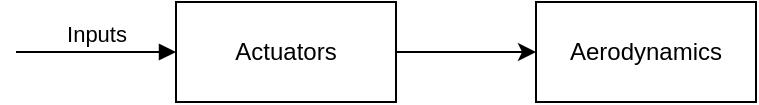
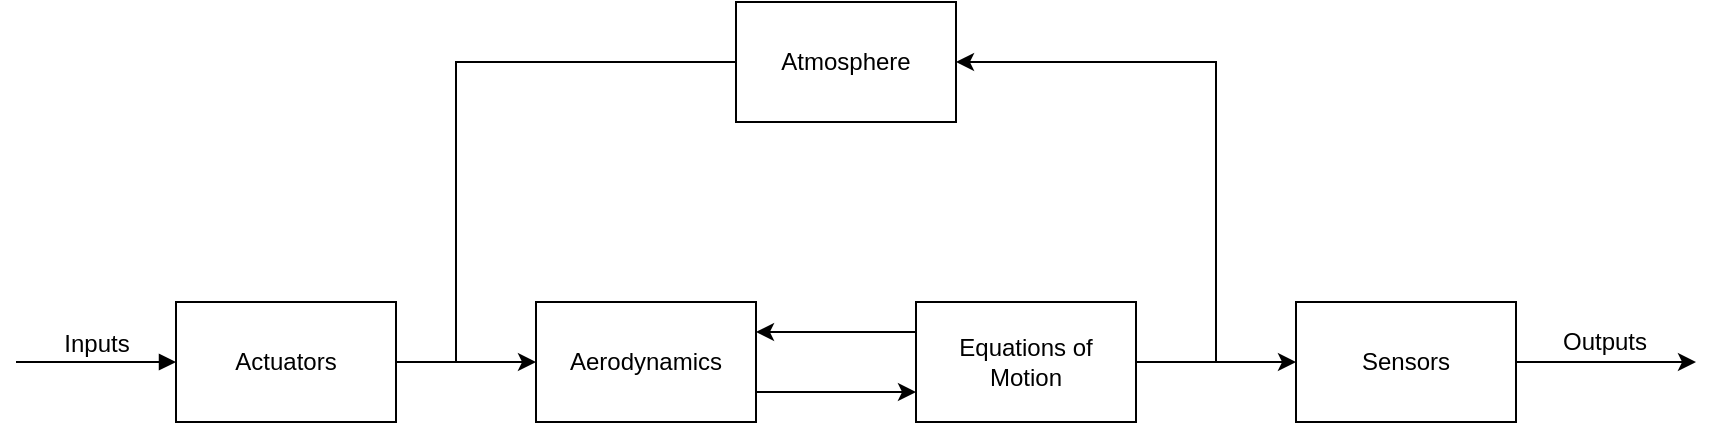
<mxfile host="Electron" agent="Mozilla/5.0 (Windows NT 10.0; Win64; x64) AppleWebKit/537.36 (KHTML, like Gecko) draw.io/28.2.5 Chrome/138.0.7204.251 Electron/37.6.1 Safari/537.36" version="28.2.5" pages="4">
  <diagram id="7H-8vGnBYG0BBkrIfs-x" name="fighter-aircraft-simulation-model-architecture">
    <mxGraphModel dx="1111" dy="537" grid="1" gridSize="10" guides="1" tooltips="1" connect="1" arrows="1" fold="1" page="1" pageScale="1" pageWidth="827" pageHeight="1169" math="0" shadow="0">
      <root>
        <mxCell id="0" />
        <mxCell id="1" parent="0" />
-         <mxCell id="rLQEEqtqovvPT1zHlMmj-3" style="edgeStyle=orthogonalEdgeStyle;rounded=0;orthogonalLoop=1;jettySize=auto;html=1;entryX=0;entryY=0.5;entryDx=0;entryDy=0;" edge="1" parent="1" source="rLQEEqtqovvPT1zHlMmj-1" target="rLQEEqtqovvPT1zHlMmj-2">
+         <mxCell id="rLQEEqtqovvPT1zHlMmj-3" style="edgeStyle=orthogonalEdgeStyle;rounded=0;orthogonalLoop=1;jettySize=auto;html=1;entryX=0;entryY=0.5;entryDx=0;entryDy=0;" parent="1" source="rLQEEqtqovvPT1zHlMmj-1" target="rLQEEqtqovvPT1zHlMmj-2" edge="1">
          <mxGeometry relative="1" as="geometry" />
        </mxCell>
-         <mxCell id="rLQEEqtqovvPT1zHlMmj-1" value="Actuators" style="html=1;whiteSpace=wrap;" vertex="1" parent="1">
-           <mxGeometry x="360" y="260" width="110" height="50" as="geometry" />
+         <mxCell id="rLQEEqtqovvPT1zHlMmj-1" value="Actuators" style="html=1;whiteSpace=wrap;" parent="1" vertex="1">
+           <mxGeometry x="360" y="260" width="110" height="60" as="geometry" />
        </mxCell>
-         <mxCell id="rLQEEqtqovvPT1zHlMmj-2" value="Aerodynamics" style="html=1;whiteSpace=wrap;" vertex="1" parent="1">
-           <mxGeometry x="540" y="260" width="110" height="50" as="geometry" />
+         <mxCell id="M7Iy3OZzIa45O-sDO-gB-3" style="edgeStyle=orthogonalEdgeStyle;rounded=0;orthogonalLoop=1;jettySize=auto;html=1;exitX=1;exitY=0.75;exitDx=0;exitDy=0;entryX=0;entryY=0.75;entryDx=0;entryDy=0;" edge="1" parent="1" source="rLQEEqtqovvPT1zHlMmj-2" target="VlyrvBptNTm1Y6I9lNOL-1">
+           <mxGeometry relative="1" as="geometry" />
        </mxCell>
-         <mxCell id="rLQEEqtqovvPT1zHlMmj-4" value="Inputs" style="html=1;verticalAlign=bottom;endArrow=block;curved=0;rounded=0;entryX=0;entryY=0.5;entryDx=0;entryDy=0;" edge="1" parent="1" target="rLQEEqtqovvPT1zHlMmj-1">
+         <mxCell id="rLQEEqtqovvPT1zHlMmj-2" value="Aerodynamics" style="html=1;whiteSpace=wrap;" parent="1" vertex="1">
+           <mxGeometry x="540" y="260" width="110" height="60" as="geometry" />
+         </mxCell>
+         <mxCell id="rLQEEqtqovvPT1zHlMmj-4" value="&lt;font style=&quot;font-size: 12px;&quot;&gt;Inputs&lt;/font&gt;" style="html=1;verticalAlign=bottom;endArrow=block;curved=0;rounded=0;entryX=0;entryY=0.5;entryDx=0;entryDy=0;" parent="1" target="rLQEEqtqovvPT1zHlMmj-1" edge="1">
          <mxGeometry width="80" relative="1" as="geometry">
-             <mxPoint x="280" y="285" as="sourcePoint" />
+             <mxPoint x="280" y="290" as="sourcePoint" />
            <mxPoint x="380" y="240" as="targetPoint" />
+           </mxGeometry>
+         </mxCell>
+         <mxCell id="M7Iy3OZzIa45O-sDO-gB-2" style="edgeStyle=orthogonalEdgeStyle;rounded=0;orthogonalLoop=1;jettySize=auto;html=1;exitX=1;exitY=0.5;exitDx=0;exitDy=0;entryX=0;entryY=0.5;entryDx=0;entryDy=0;" edge="1" parent="1" source="VlyrvBptNTm1Y6I9lNOL-1" target="M7Iy3OZzIa45O-sDO-gB-1">
+           <mxGeometry relative="1" as="geometry" />
+         </mxCell>
+         <mxCell id="M7Iy3OZzIa45O-sDO-gB-4" style="edgeStyle=orthogonalEdgeStyle;rounded=0;orthogonalLoop=1;jettySize=auto;html=1;exitX=0;exitY=0.25;exitDx=0;exitDy=0;entryX=1;entryY=0.25;entryDx=0;entryDy=0;" edge="1" parent="1" source="VlyrvBptNTm1Y6I9lNOL-1" target="rLQEEqtqovvPT1zHlMmj-2">
+           <mxGeometry relative="1" as="geometry" />
+         </mxCell>
+         <mxCell id="VlyrvBptNTm1Y6I9lNOL-1" value="Equations of &lt;br&gt;Motion" style="html=1;whiteSpace=wrap;" parent="1" vertex="1">
+           <mxGeometry x="730" y="260" width="110" height="60" as="geometry" />
+         </mxCell>
+         <mxCell id="M7Iy3OZzIa45O-sDO-gB-1" value="Sensors" style="html=1;whiteSpace=wrap;" vertex="1" parent="1">
+           <mxGeometry x="920" y="260" width="110" height="60" as="geometry" />
+         </mxCell>
+         <mxCell id="M7Iy3OZzIa45O-sDO-gB-5" value="Atmosphere" style="html=1;whiteSpace=wrap;" vertex="1" parent="1">
+           <mxGeometry x="640" y="110" width="110" height="60" as="geometry" />
+         </mxCell>
+         <mxCell id="M7Iy3OZzIa45O-sDO-gB-6" value="" style="endArrow=classic;html=1;rounded=0;entryX=1;entryY=0.5;entryDx=0;entryDy=0;" edge="1" parent="1" target="M7Iy3OZzIa45O-sDO-gB-5">
+           <mxGeometry width="50" height="50" relative="1" as="geometry">
+             <mxPoint x="880" y="290" as="sourcePoint" />
+             <mxPoint x="840" y="260" as="targetPoint" />
+             <Array as="points">
+               <mxPoint x="880" y="140" />
+             </Array>
+           </mxGeometry>
+         </mxCell>
+         <mxCell id="M7Iy3OZzIa45O-sDO-gB-7" value="" style="endArrow=none;html=1;rounded=0;entryX=0;entryY=0.5;entryDx=0;entryDy=0;entryPerimeter=0;" edge="1" parent="1" target="M7Iy3OZzIa45O-sDO-gB-5">
+           <mxGeometry width="50" height="50" relative="1" as="geometry">
+             <mxPoint x="500" y="290" as="sourcePoint" />
+             <mxPoint x="840" y="260" as="targetPoint" />
+             <Array as="points">
+               <mxPoint x="500" y="140" />
+             </Array>
+           </mxGeometry>
+         </mxCell>
+         <mxCell id="M7Iy3OZzIa45O-sDO-gB-8" value="" style="endArrow=classic;html=1;rounded=0;exitX=1;exitY=0.5;exitDx=0;exitDy=0;" edge="1" parent="1" source="M7Iy3OZzIa45O-sDO-gB-1">
+           <mxGeometry width="50" height="50" relative="1" as="geometry">
+             <mxPoint x="790" y="310" as="sourcePoint" />
+             <mxPoint x="1120" y="290" as="targetPoint" />
+           </mxGeometry>
+         </mxCell>
+         <mxCell id="M7Iy3OZzIa45O-sDO-gB-9" value="&lt;font style=&quot;font-size: 12px;&quot;&gt;Outputs&lt;/font&gt;" style="edgeLabel;html=1;align=center;verticalAlign=middle;resizable=0;points=[];" vertex="1" connectable="0" parent="M7Iy3OZzIa45O-sDO-gB-8">
+           <mxGeometry x="-0.0222" y="6" relative="1" as="geometry">
+             <mxPoint y="-4" as="offset" />
          </mxGeometry>
        </mxCell>
      </root>
    </mxGraphModel>
  </diagram>
  <diagram name="aircraft-dynamics-model-platform" id="SZZjq2lJHz1yIEgULjku">
    <mxGraphModel dx="1938" dy="537" grid="1" gridSize="10" guides="1" tooltips="1" connect="1" arrows="1" fold="1" page="1" pageScale="1" pageWidth="827" pageHeight="1169" math="0" shadow="0">
      <root>
        <mxCell id="0" />
        <mxCell id="1" parent="0" />
        <mxCell id="k-MNkoVQHrpEZyoiYTTv-2" value="Powertrain" style="verticalAlign=top;align=left;spacingTop=8;spacingLeft=2;spacingRight=12;shape=cube;size=10;direction=south;fontStyle=4;html=1;whiteSpace=wrap;" vertex="1" parent="1">
          <mxGeometry x="320" y="90" width="320" height="230" as="geometry" />
        </mxCell>
        <mxCell id="k-MNkoVQHrpEZyoiYTTv-3" value="Flight Control System" style="verticalAlign=top;align=left;spacingTop=8;spacingLeft=2;spacingRight=12;shape=cube;size=10;direction=south;fontStyle=4;html=1;whiteSpace=wrap;" vertex="1" parent="1">
          <mxGeometry x="320" y="400" width="320" height="240" as="geometry" />
        </mxCell>
        <mxCell id="k-MNkoVQHrpEZyoiYTTv-4" value="Aircraft Dynamic Model" style="verticalAlign=top;align=left;spacingTop=8;spacingLeft=2;spacingRight=12;shape=cube;size=10;direction=south;fontStyle=4;html=1;whiteSpace=wrap;" vertex="1" parent="1">
          <mxGeometry x="722" y="91" width="400" height="550" as="geometry" />
        </mxCell>
        <mxCell id="k-MNkoVQHrpEZyoiYTTv-7" value="Dynamic engine model" style="shape=module;align=left;spacingLeft=20;align=center;verticalAlign=top;whiteSpace=wrap;html=1;" vertex="1" parent="1">
          <mxGeometry x="360" y="180" width="100" height="50" as="geometry" />
        </mxCell>
        <mxCell id="k-MNkoVQHrpEZyoiYTTv-8" value="States" style="shape=umlState;rounded=1;verticalAlign=middle;spacingTop=0;absoluteArcSize=1;arcSize=10;umlStateConnection=connPointRefExit;boundedLbl=1;whiteSpace=wrap;html=1;" vertex="1" parent="1">
          <mxGeometry x="1199" y="346" width="120" height="50" as="geometry" />
        </mxCell>
        <mxCell id="k-MNkoVQHrpEZyoiYTTv-9" value="Exit" style="text;verticalAlign=middle;align=center;whiteSpace=wrap;html=1;" vertex="1" parent="k-MNkoVQHrpEZyoiYTTv-8">
          <mxGeometry x="-34.285714285714285" y="40" width="42.857142857142854" height="20" as="geometry" />
        </mxCell>
        <mxCell id="k-MNkoVQHrpEZyoiYTTv-15" style="edgeStyle=orthogonalEdgeStyle;rounded=0;orthogonalLoop=1;jettySize=auto;html=1;entryX=0;entryY=0.5;entryDx=0;entryDy=0;" edge="1" parent="1" source="k-MNkoVQHrpEZyoiYTTv-11" target="k-MNkoVQHrpEZyoiYTTv-13">
          <mxGeometry relative="1" as="geometry" />
        </mxCell>
        <mxCell id="k-MNkoVQHrpEZyoiYTTv-11" value="Inceptors" style="shape=umlState;rounded=1;verticalAlign=middle;align=center;absoluteArcSize=1;arcSize=10;umlStateConnection=connPointRefEntry;boundedLbl=1;whiteSpace=wrap;html=1;" vertex="1" parent="1">
          <mxGeometry x="-80" y="340" width="120" height="50" as="geometry" />
        </mxCell>
        <mxCell id="k-MNkoVQHrpEZyoiYTTv-12" value="Entry" style="text;verticalAlign=middle;align=center;whiteSpace=wrap;html=1;" vertex="1" parent="k-MNkoVQHrpEZyoiYTTv-11">
          <mxGeometry x="-34.285714285714285" y="40" width="42.857142857142854" height="20" as="geometry" />
        </mxCell>
        <mxCell id="k-MNkoVQHrpEZyoiYTTv-13" value="Data preprocessing" style="html=1;align=center;verticalAlign=top;rounded=1;absoluteArcSize=1;arcSize=10;dashed=0;whiteSpace=wrap;" vertex="1" parent="1">
          <mxGeometry x="120" y="345" width="120" height="40" as="geometry" />
        </mxCell>
        <mxCell id="k-MNkoVQHrpEZyoiYTTv-16" value="Fuel system" style="shape=module;align=left;spacingLeft=20;align=center;verticalAlign=top;whiteSpace=wrap;html=1;" vertex="1" parent="1">
          <mxGeometry x="500" y="180" width="100" height="50" as="geometry" />
        </mxCell>
        <mxCell id="k-MNkoVQHrpEZyoiYTTv-17" value="" style="endArrow=block;startArrow=block;endFill=1;startFill=1;html=1;rounded=0;exitX=0;exitY=0;exitDx=120;exitDy=320;exitPerimeter=0;entryX=0;entryY=0;entryDx=120;entryDy=320;entryPerimeter=0;" edge="1" parent="1" source="k-MNkoVQHrpEZyoiYTTv-3" target="k-MNkoVQHrpEZyoiYTTv-2">
          <mxGeometry width="160" relative="1" as="geometry">
            <mxPoint x="370" y="460" as="sourcePoint" />
            <mxPoint x="530" y="460" as="targetPoint" />
            <Array as="points">
              <mxPoint x="280" y="520" />
              <mxPoint x="280" y="400" />
              <mxPoint x="280" y="210" />
            </Array>
          </mxGeometry>
        </mxCell>
        <mxCell id="k-MNkoVQHrpEZyoiYTTv-18" style="edgeStyle=orthogonalEdgeStyle;rounded=0;orthogonalLoop=1;jettySize=auto;html=1;entryX=0.498;entryY=1;entryDx=0;entryDy=0;entryPerimeter=0;" edge="1" parent="1" source="k-MNkoVQHrpEZyoiYTTv-13" target="k-MNkoVQHrpEZyoiYTTv-4">
          <mxGeometry relative="1" as="geometry">
            <mxPoint x="796" y="375" as="targetPoint" />
          </mxGeometry>
        </mxCell>
        <mxCell id="k-MNkoVQHrpEZyoiYTTv-19" style="edgeStyle=orthogonalEdgeStyle;rounded=0;orthogonalLoop=1;jettySize=auto;html=1;entryX=0.079;entryY=0.4;entryDx=0;entryDy=0;entryPerimeter=0;" edge="1" parent="1" source="k-MNkoVQHrpEZyoiYTTv-4" target="k-MNkoVQHrpEZyoiYTTv-8">
          <mxGeometry relative="1" as="geometry" />
        </mxCell>
      </root>
    </mxGraphModel>
  </diagram>
  <diagram id="Ud55zfZHWZyqraB0sG3u" name="flight-simulator-organization">
    <mxGraphModel dx="1111" dy="537" grid="1" gridSize="10" guides="1" tooltips="1" connect="1" arrows="1" fold="1" page="1" pageScale="1" pageWidth="827" pageHeight="1169" math="0" shadow="0">
      <root>
        <mxCell id="0" />
        <mxCell id="1" parent="0" />
        <mxCell id="m0-1eSwFtws2Ais-b6F8-1" value="Equations of Motion" style="rounded=0;whiteSpace=wrap;html=1;" vertex="1" parent="1">
          <mxGeometry x="350" y="250" width="120" height="60" as="geometry" />
        </mxCell>
      </root>
    </mxGraphModel>
  </diagram>
  <diagram id="xjrfQwqInrghi-5mlP6q" name="simple-simulation-computer-program">
    <mxGraphModel dx="1111" dy="537" grid="1" gridSize="10" guides="1" tooltips="1" connect="1" arrows="1" fold="1" page="1" pageScale="1" pageWidth="827" pageHeight="1169" math="0" shadow="0">
      <root>
        <mxCell id="0" />
        <mxCell id="1" parent="0" />
        <mxCell id="kXyiYRmhs7nIc4JyoIIu-1" value="MAIN PROGRAM&lt;br&gt;Logical Control of Simulation" style="rounded=0;whiteSpace=wrap;html=1;" vertex="1" parent="1">
          <mxGeometry x="350" y="250" width="120" height="60" as="geometry" />
        </mxCell>
      </root>
    </mxGraphModel>
  </diagram>
</mxfile>
